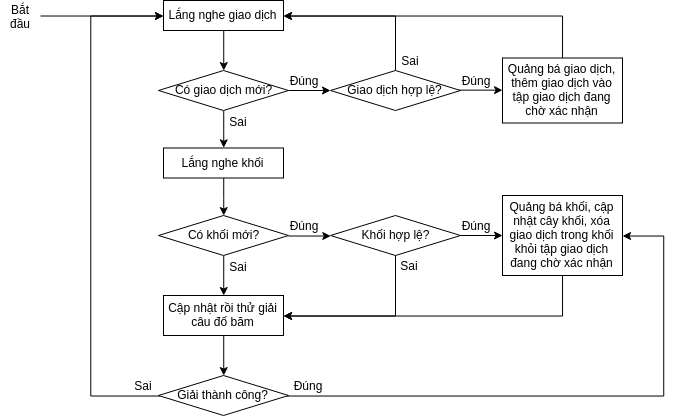
This is resource/workflow.png from nguyenduyhieukma/from-Blockchain-to-Bitcoin, a draw.io export, as it was before one commit. Source tidied: cells renumbered, new cells last; positions are measured from the earlier drawing's top-left corner, leaving out a move shared by most shapes.
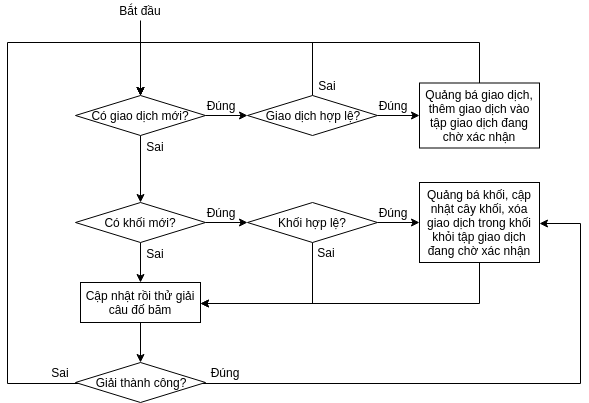
Above is the later version.

Diff of the diagram source:
```diff
@@ -2,26 +2,14 @@
   <root>
     <mxCell id="0" />
     <mxCell id="1" parent="0" />
-    <mxCell id="2" style="edgeStyle=orthogonalEdgeStyle;rounded=0;jettySize=auto;html=1;" parent="1" edge="1" source="3" target="8">
-      <mxGeometry relative="1" as="geometry" />
-    </mxCell>
-    <mxCell id="3" value="Lắng nghe giao dịch" style="rounded=0;whiteSpace=wrap;html=1;" parent="1" vertex="1">
-      <mxGeometry x="163" width="120" height="30" as="geometry" />
-    </mxCell>
-    <mxCell id="4" style="edgeStyle=orthogonalEdgeStyle;rounded=0;jettySize=auto;html=1;" parent="1" edge="1" source="5" target="11">
-      <mxGeometry relative="1" as="geometry" />
-    </mxCell>
-    <mxCell id="5" value="Lắng nghe khối" style="rounded=0;whiteSpace=wrap;html=1;" parent="1" vertex="1">
-      <mxGeometry x="163" y="147.5" width="120" height="30" as="geometry" />
-    </mxCell>
     <mxCell id="6" style="edgeStyle=orthogonalEdgeStyle;rounded=0;jettySize=auto;html=1;" parent="1" edge="1" source="8" target="14">
       <mxGeometry relative="1" as="geometry" />
     </mxCell>
-    <mxCell id="7" style="edgeStyle=orthogonalEdgeStyle;rounded=0;jettySize=auto;html=1;entryX=0.5;entryY=0;entryDx=0;entryDy=0;" parent="1" edge="1" source="8" target="5">
+    <mxCell id="7" style="edgeStyle=orthogonalEdgeStyle;rounded=0;jettySize=auto;html=1;" parent="1" edge="1" source="8" target="11">
       <mxGeometry relative="1" as="geometry" />
     </mxCell>
     <mxCell id="8" value="Có giao dịch mới?" style="rhombus;whiteSpace=wrap;html=1;" parent="1" vertex="1">
-      <mxGeometry x="158" y="70" width="130" height="40" as="geometry" />
+      <mxGeometry x="158" y="108" width="130" height="40" as="geometry" />
     </mxCell>
     <mxCell id="9" style="edgeStyle=orthogonalEdgeStyle;rounded=0;jettySize=auto;html=1;exitX=1;exitY=0.5;exitDx=0;exitDy=0;entryX=0;entryY=0.5;entryDx=0;entryDy=0;" parent="1" edge="1" source="11" target="17">
       <mxGeometry relative="1" as="geometry" />
@@ -35,15 +23,16 @@
     <mxCell id="12" style="edgeStyle=orthogonalEdgeStyle;rounded=0;jettySize=auto;html=1;" parent="1" edge="1" source="14" target="23">
       <mxGeometry relative="1" as="geometry" />
     </mxCell>
-    <mxCell id="13" style="edgeStyle=orthogonalEdgeStyle;rounded=0;jettySize=auto;html=1;" parent="1" edge="1" source="14" target="3">
+    <mxCell id="13" style="edgeStyle=orthogonalEdgeStyle;rounded=0;jettySize=auto;html=1;" parent="1" edge="1" source="14" target="8">
       <mxGeometry relative="1" as="geometry">
         <Array as="points">
-          <mxPoint x="395" y="16" />
+          <mxPoint x="395" y="55" />
+          <mxPoint x="223" y="55" />
         </Array>
       </mxGeometry>
     </mxCell>
     <mxCell id="14" value="Giao dịch hợp lệ?" style="rhombus;whiteSpace=wrap;html=1;" parent="1" vertex="1">
-      <mxGeometry x="330" y="70" width="130" height="40" as="geometry" />
+      <mxGeometry x="330" y="108" width="130" height="40" as="geometry" />
     </mxCell>
     <mxCell id="15" style="edgeStyle=orthogonalEdgeStyle;rounded=0;jettySize=auto;html=1;" parent="1" edge="1" source="17" target="21">
       <mxGeometry relative="1" as="geometry" />
@@ -74,25 +63,27 @@
     <mxCell id="21" value="Quảng bá khối, cập nhật cây khối, xóa giao dịch trong khối khỏi tập giao dịch đang chờ xác nhận" style="rounded=0;whiteSpace=wrap;html=1;" parent="1" vertex="1">
       <mxGeometry x="502" y="195" width="120" height="80" as="geometry" />
     </mxCell>
-    <mxCell id="22" style="edgeStyle=orthogonalEdgeStyle;rounded=0;jettySize=auto;html=1;" parent="1" edge="1" source="23" target="3">
+    <mxCell id="22" style="edgeStyle=orthogonalEdgeStyle;rounded=0;jettySize=auto;html=1;" parent="1" edge="1" source="23" target="8">
       <mxGeometry relative="1" as="geometry">
         <Array as="points">
-          <mxPoint x="562" y="16" />
+          <mxPoint x="562" y="55" />
+          <mxPoint x="223" y="55" />
         </Array>
       </mxGeometry>
     </mxCell>
     <mxCell id="23" value="Quảng bá giao dịch, thêm giao dịch vào tập giao dịch đang chờ xác nhận&lt;br&gt;" style="rounded=0;whiteSpace=wrap;html=1;" parent="1" vertex="1">
-      <mxGeometry x="502" y="57.5" width="120" height="65" as="geometry" />
+      <mxGeometry x="502" y="95.5" width="120" height="65" as="geometry" />
     </mxCell>
-    <mxCell id="24" style="edgeStyle=orthogonalEdgeStyle;rounded=0;jettySize=auto;html=1;" parent="1" edge="1" source="26" target="3">
+    <mxCell id="24" style="edgeStyle=orthogonalEdgeStyle;rounded=0;jettySize=auto;html=1;" parent="1" edge="1" source="26" target="8">
       <mxGeometry relative="1" as="geometry">
         <Array as="points">
           <mxPoint x="90" y="396" />
-          <mxPoint x="90" y="16" />
+          <mxPoint x="90" y="55" />
+          <mxPoint x="223" y="55" />
         </Array>
       </mxGeometry>
     </mxCell>
-    <mxCell id="25" style="edgeStyle=orthogonalEdgeStyle;rounded=0;jettySize=auto;html=1;entryX=1;entryY=0.5;entryDx=0;entryDy=0;" parent="1" edge="1" source="26" target="21">
+    <mxCell id="25" style="edgeStyle=orthogonalEdgeStyle;rounded=0;jettySize=auto;html=1;" parent="1" edge="1" source="26" target="21">
       <mxGeometry relative="1" as="geometry">
         <Array as="points">
           <mxPoint x="663" y="396" />
@@ -109,22 +100,17 @@
     <mxCell id="28" value="Cập nhật rồi thử giải câu đố băm" style="rounded=0;whiteSpace=wrap;html=1;" parent="1" vertex="1">
       <mxGeometry x="163" y="295" width="120" height="40" as="geometry" />
     </mxCell>
-    <mxCell id="29" style="edgeStyle=orthogonalEdgeStyle;rounded=0;jettySize=auto;html=1;" parent="1" edge="1" source="30" target="3">
-      <mxGeometry relative="1" as="geometry">
-        <Array as="points">
-          <mxPoint x="73" y="16" />
-          <mxPoint x="73" y="16" />
-        </Array>
-      </mxGeometry>
-    </mxCell>
+    <mxCell id="39" style="edgeStyle=orthogonalEdgeStyle;rounded=0;jettySize=auto;html=1;" parent="1" edge="1" source="30" target="8">
+      <mxGeometry relative="1" as="geometry" />
+    </mxCell>
     <mxCell id="30" value="Bắt đầu" style="text;html=1;strokeColor=none;fillColor=none;align=center;verticalAlign=middle;whiteSpace=wrap;rounded=0;" parent="1" vertex="1">
-      <mxGeometry y="6" width="40" height="20" as="geometry" />
+      <mxGeometry x="193" y="13" width="60" height="20" as="geometry" />
     </mxCell>
     <mxCell id="31" value="Đúng" style="text;html=1;strokeColor=none;fillColor=none;align=center;verticalAlign=middle;whiteSpace=wrap;rounded=0;" parent="1" vertex="1">
-      <mxGeometry x="283" y="70" width="40" height="20" as="geometry" />
+      <mxGeometry x="283" y="108" width="40" height="20" as="geometry" />
     </mxCell>
     <mxCell id="32" value="Đúng" style="text;html=1;strokeColor=none;fillColor=none;align=center;verticalAlign=middle;whiteSpace=wrap;rounded=0;" parent="1" vertex="1">
-      <mxGeometry x="455" y="70" width="40" height="20" as="geometry" />
+      <mxGeometry x="455" y="108" width="40" height="20" as="geometry" />
     </mxCell>
     <mxCell id="33" value="Đúng" style="text;html=1;strokeColor=none;fillColor=none;align=center;verticalAlign=middle;whiteSpace=wrap;rounded=0;" parent="1" vertex="1">
       <mxGeometry x="283" y="215" width="40" height="20" as="geometry" />
@@ -136,10 +122,10 @@
       <mxGeometry x="389" y="255" width="40" height="20" as="geometry" />
     </mxCell>
     <mxCell id="36" value="Sai" style="text;html=1;strokeColor=none;fillColor=none;align=center;verticalAlign=middle;whiteSpace=wrap;rounded=0;" parent="1" vertex="1">
-      <mxGeometry x="390" y="50" width="40" height="20" as="geometry" />
+      <mxGeometry x="390" y="88" width="40" height="20" as="geometry" />
     </mxCell>
     <mxCell id="37" value="Sai" style="text;html=1;strokeColor=none;fillColor=none;align=center;verticalAlign=middle;whiteSpace=wrap;rounded=0;" parent="1" vertex="1">
-      <mxGeometry x="218" y="110.5" width="40" height="20" as="geometry" />
+      <mxGeometry x="218" y="148.5" width="40" height="20" as="geometry" />
     </mxCell>
     <mxCell id="38" value="Sai" style="text;html=1;strokeColor=none;fillColor=none;align=center;verticalAlign=middle;whiteSpace=wrap;rounded=0;" parent="1" vertex="1">
       <mxGeometry x="218" y="256" width="40" height="20" as="geometry" />
```
